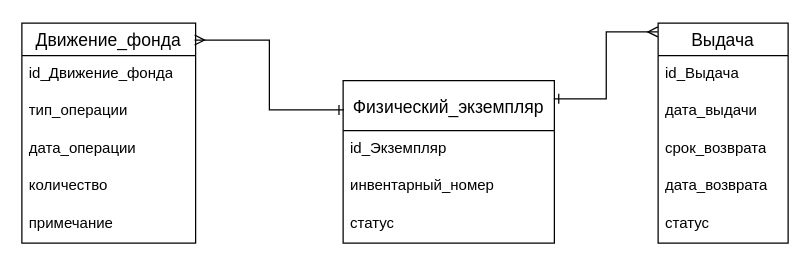
Earlier version of the draw.io diagram page "ER-Обслуживание фонда" (9 of 9) of db_design.drawio (Alivaros/Course_Project_DB). Source tidied: cells renumbered, new cells numbered last; positions are measured from the earlier drawing's top-left corner, leaving out a move shared by most shapes. Both pictures are drawn from the tidied source at 125%, with x=0, y=0 at pixel (21, 22).
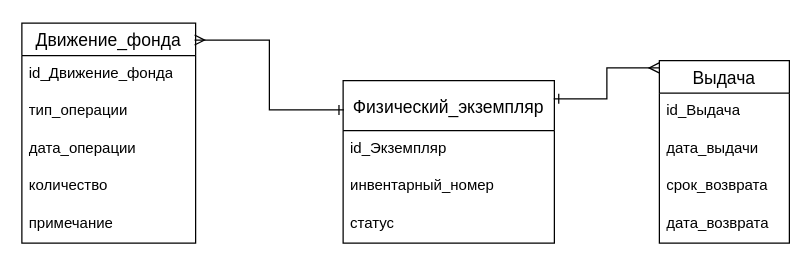
The same diagram, later.

The edit, as a diff of the source:
```diff
@@
 <mxGraphModel>
   <root>
     <mxCell id="0" />
     <mxCell id="1" parent="0" />
     <mxCell id="2" value="Выдача" style="swimlane;fontStyle=0;horizontal=1;startSize=26;align=center;fontSize=14;" parent="1" vertex="1">
-      <mxGeometry x="509" width="104" height="176" as="geometry" />
+      <mxGeometry x="510" y="30" width="104" height="146" as="geometry" />
     </mxCell>
     <mxCell id="3" value="id_Выдача" style="text;strokeColor=none;fillColor=none;spacingLeft=4;spacingRight=4;overflow=hidden;fontSize=12;whiteSpace=wrap;html=1;" parent="2" vertex="1">
       <mxGeometry y="26" width="104" height="30" as="geometry" />
     </mxCell>
     <mxCell id="4" value="дата_выдачи" style="text;strokeColor=none;fillColor=none;spacingLeft=4;spacingRight=4;overflow=hidden;fontSize=12;whiteSpace=wrap;html=1;" parent="2" vertex="1">
       <mxGeometry y="56" width="104" height="30" as="geometry" />
     </mxCell>
     <mxCell id="5" value="срок_возврата" style="text;strokeColor=none;fillColor=none;spacingLeft=4;spacingRight=4;overflow=hidden;fontSize=12;whiteSpace=wrap;html=1;" parent="2" vertex="1">
       <mxGeometry y="86" width="104" height="30" as="geometry" />
     </mxCell>
     <mxCell id="6" value="дата_возврата" style="text;strokeColor=none;fillColor=none;spacingLeft=4;spacingRight=4;overflow=hidden;fontSize=12;whiteSpace=wrap;html=1;" parent="2" vertex="1">
       <mxGeometry y="116" width="104" height="30" as="geometry" />
     </mxCell>
-    <mxCell id="7" value="статус" style="text;strokeColor=none;fillColor=none;spacingLeft=4;spacingRight=4;overflow=hidden;fontSize=12;whiteSpace=wrap;html=1;" parent="2" vertex="1">
-      <mxGeometry y="146" width="104" height="30" as="geometry" />
-    </mxCell>
     <mxCell id="8" value="Движение_фонда" style="swimlane;fontStyle=0;horizontal=1;startSize=26;align=center;fontSize=14;" parent="1" vertex="1">
       <mxGeometry width="139" height="176" as="geometry" />
     </mxCell>
     <mxCell id="9" value="id_Движение_фонда" style="text;strokeColor=none;fillColor=none;spacingLeft=4;spacingRight=4;overflow=hidden;fontSize=12;whiteSpace=wrap;html=1;" parent="8" vertex="1">
       <mxGeometry y="26" width="139" height="30" as="geometry" />
     </mxCell>
     <mxCell id="10" value="тип_операции" style="text;strokeColor=none;fillColor=none;spacingLeft=4;spacingRight=4;overflow=hidden;fontSize=12;whiteSpace=wrap;html=1;" parent="8" vertex="1">
       <mxGeometry y="56" width="139" height="30" as="geometry" />
     </mxCell>
     <mxCell id="11" value="дата_операции" style="text;strokeColor=none;fillColor=none;spacingLeft=4;spacingRight=4;overflow=hidden;fontSize=12;whiteSpace=wrap;html=1;" parent="8" vertex="1">
       <mxGeometry y="86" width="139" height="30" as="geometry" />
     </mxCell>
     <mxCell id="12" value="количество" style="text;strokeColor=none;fillColor=none;spacingLeft=4;spacingRight=4;overflow=hidden;fontSize=12;whiteSpace=wrap;html=1;" parent="8" vertex="1">
       <mxGeometry y="116" width="139" height="30" as="geometry" />
     </mxCell>
     <mxCell id="13" value="примечание" style="text;strokeColor=none;fillColor=none;spacingLeft=4;spacingRight=4;overflow=hidden;fontSize=12;whiteSpace=wrap;html=1;" parent="8" vertex="1">
       <mxGeometry y="146" width="139" height="30" as="geometry" />
     </mxCell>
     <mxCell id="14" value="Физический_экземпляр" style="swimlane;fontStyle=0;horizontal=1;startSize=40;align=center;fontSize=14;" parent="1" vertex="1">
       <mxGeometry x="257" y="46" width="169" height="130" as="geometry" />
     </mxCell>
     <mxCell id="15" value="id_Экземпляр" style="text;strokeColor=none;fillColor=none;spacingLeft=4;spacingRight=4;overflow=hidden;fontSize=12;whiteSpace=wrap;html=1;" parent="14" vertex="1">
       <mxGeometry y="40" width="169" height="30" as="geometry" />
     </mxCell>
     <mxCell id="16" value="инвентарный_номер" style="text;strokeColor=none;fillColor=none;spacingLeft=4;spacingRight=4;overflow=hidden;fontSize=12;whiteSpace=wrap;html=1;" parent="14" vertex="1">
       <mxGeometry y="70" width="169" height="30" as="geometry" />
     </mxCell>
     <mxCell id="17" value="статус" style="text;strokeColor=none;fillColor=none;spacingLeft=4;spacingRight=4;overflow=hidden;fontSize=12;whiteSpace=wrap;html=1;" parent="14" vertex="1">
       <mxGeometry y="100" width="169" height="30" as="geometry" />
     </mxCell>
     <mxCell id="18" style="edgeStyle=orthogonalEdgeStyle;fontSize=12;html=1;endArrow=ERmany;endFill=0;rounded=0;startArrow=ERone;startFill=0;entryX=-0.002;entryY=0.04;entryDx=0;entryDy=0;entryPerimeter=0;exitX=0.997;exitY=0.112;exitDx=0;exitDy=0;exitPerimeter=0;" parent="1" edge="1" source="14" target="2">
       <mxGeometry relative="1" as="geometry" />
     </mxCell>
     <mxCell id="19" style="edgeStyle=orthogonalEdgeStyle;fontSize=12;html=1;endArrow=ERmany;endFill=0;rounded=0;startArrow=ERone;startFill=0;entryX=0.994;entryY=0.077;entryDx=0;entryDy=0;exitX=0.004;exitY=0.18;exitDx=0;exitDy=0;exitPerimeter=0;entryPerimeter=0;" parent="1" edge="1" source="14" target="8">
       <mxGeometry relative="1" as="geometry" />
     </mxCell>
   </root>
 </mxGraphModel>
```
